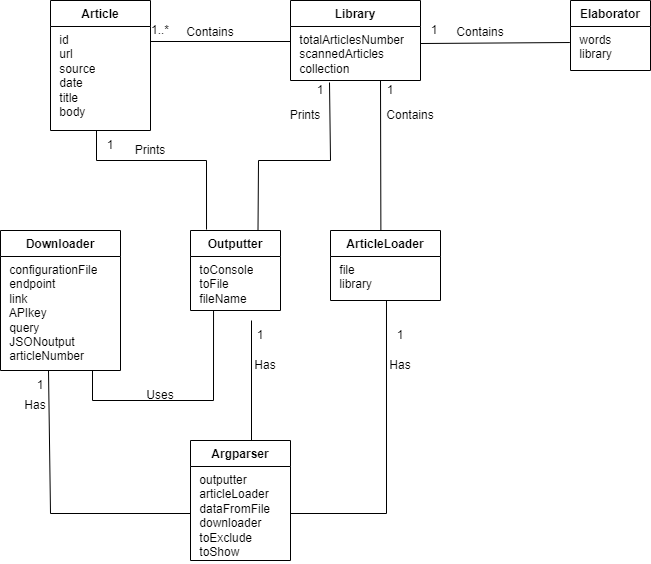
Before: src/site/UML/DomainModel.drawio.png, a diagram exported from draw.io (Magform/articleAnalyzer). Source tidied: cells renumbered, new cells last; positions are measured from the earlier drawing's top-left corner, leaving out a move shared by most shapes.
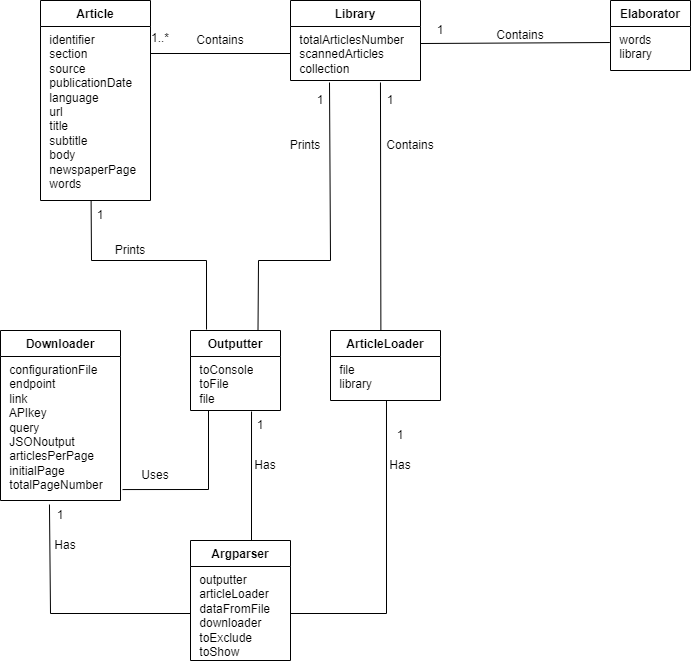
After the change.

Change to the diagram source:
```diff
@@ -3,19 +3,19 @@
     <mxCell id="0" />
     <mxCell id="1" parent="0" />
     <mxCell id="2" value="Library" style="swimlane;fontStyle=1;align=center;verticalAlign=top;horizontal=1;startSize=26;whiteSpace=wrap;html=1;" parent="1" vertex="1">
-      <mxGeometry x="290" width="130" height="80" as="geometry" />
+      <mxGeometry x="290" y="-100" width="130" height="80" as="geometry" />
     </mxCell>
     <mxCell id="3" value="&amp;nbsp;totalArticlesNumber&lt;br&gt;&amp;nbsp;scannedArticles&lt;br&gt;&amp;nbsp;collection" style="text;strokeColor=none;fillColor=none;align=left;verticalAlign=top;spacingLeft=4;spacingRight=4;overflow=hidden;points=[[0,0.5],[1,0.5]];portConstraint=eastwest;whiteSpace=wrap;html=1;" parent="2" vertex="1">
       <mxGeometry y="26" width="130" height="54" as="geometry" />
     </mxCell>
     <mxCell id="4" value="Article" style="swimlane;fontStyle=1;align=center;verticalAlign=top;horizontal=1;startSize=26;whiteSpace=wrap;html=1;" parent="1" vertex="1">
-      <mxGeometry x="50" width="100" height="130" as="geometry" />
+      <mxGeometry x="40" y="-100" width="110" height="200" as="geometry" />
     </mxCell>
-    <mxCell id="5" value="&amp;nbsp;id&lt;br style=&quot;border-color: var(--border-color);&quot;&gt;&amp;nbsp;url&lt;br style=&quot;border-color: var(--border-color);&quot;&gt;&amp;nbsp;source&lt;br style=&quot;border-color: var(--border-color);&quot;&gt;&amp;nbsp;date&lt;br style=&quot;border-color: var(--border-color);&quot;&gt;&amp;nbsp;title&lt;br&gt;&amp;nbsp;body" style="text;strokeColor=none;fillColor=none;align=left;verticalAlign=top;spacingLeft=4;spacingRight=4;overflow=hidden;points=[[0,0.5],[1,0.5]];portConstraint=eastwest;whiteSpace=wrap;html=1;" parent="4" vertex="1">
-      <mxGeometry y="26" width="100" height="104" as="geometry" />
+    <mxCell id="5" value="&amp;nbsp;identifier&lt;br style=&quot;border-color: var(--border-color);&quot;&gt;&amp;nbsp;section&lt;br style=&quot;border-color: var(--border-color);&quot;&gt;&amp;nbsp;source&lt;br style=&quot;border-color: var(--border-color);&quot;&gt;&amp;nbsp;publicationDate&lt;br style=&quot;border-color: var(--border-color);&quot;&gt;&amp;nbsp;language&lt;br style=&quot;border-color: var(--border-color);&quot;&gt;&amp;nbsp;url&lt;br style=&quot;border-color: var(--border-color);&quot;&gt;&amp;nbsp;title&lt;br style=&quot;border-color: var(--border-color);&quot;&gt;&amp;nbsp;subtitle&lt;br style=&quot;border-color: var(--border-color);&quot;&gt;&amp;nbsp;body&lt;br style=&quot;border-color: var(--border-color);&quot;&gt;&amp;nbsp;newspaperPage&lt;br style=&quot;border-color: var(--border-color);&quot;&gt;&amp;nbsp;words" style="text;strokeColor=none;fillColor=none;align=left;verticalAlign=top;spacingLeft=4;spacingRight=4;overflow=hidden;points=[[0,0.5],[1,0.5]];portConstraint=eastwest;whiteSpace=wrap;html=1;" parent="4" vertex="1">
+      <mxGeometry y="26" width="110" height="174" as="geometry" />
     </mxCell>
     <mxCell id="6" value="Elaborator" style="swimlane;fontStyle=1;align=center;verticalAlign=top;horizontal=1;startSize=26;whiteSpace=wrap;html=1;" parent="1" vertex="1">
-      <mxGeometry x="570" width="80" height="70" as="geometry" />
+      <mxGeometry x="610" y="-100" width="80" height="70" as="geometry" />
     </mxCell>
     <mxCell id="7" value="&amp;nbsp;words&lt;br&gt;&amp;nbsp;library" style="text;strokeColor=none;fillColor=none;align=left;verticalAlign=top;spacingLeft=4;spacingRight=4;overflow=hidden;points=[[0,0.5],[1,0.5]];portConstraint=eastwest;whiteSpace=wrap;html=1;" parent="6" vertex="1">
       <mxGeometry y="26" width="80" height="44" as="geometry" />
@@ -23,14 +23,14 @@
     <mxCell id="8" value="Outputter" style="swimlane;fontStyle=1;align=center;verticalAlign=top;horizontal=1;startSize=26;whiteSpace=wrap;html=1;" parent="1" vertex="1">
       <mxGeometry x="190" y="230" width="90" height="80" as="geometry" />
     </mxCell>
-    <mxCell id="9" value="&amp;nbsp;toConsole&lt;br&gt;&amp;nbsp;toFile&lt;br&gt;&amp;nbsp;fileName" style="text;strokeColor=none;fillColor=none;align=left;verticalAlign=top;spacingLeft=4;spacingRight=4;overflow=hidden;points=[[0,0.5],[1,0.5]];portConstraint=eastwest;whiteSpace=wrap;html=1;" parent="8" vertex="1">
+    <mxCell id="9" value="&amp;nbsp;toConsole&lt;br&gt;&amp;nbsp;toFile&lt;br&gt;&amp;nbsp;file" style="text;strokeColor=none;fillColor=none;align=left;verticalAlign=top;spacingLeft=4;spacingRight=4;overflow=hidden;points=[[0,0.5],[1,0.5]];portConstraint=eastwest;whiteSpace=wrap;html=1;" parent="8" vertex="1">
       <mxGeometry y="26" width="90" height="54" as="geometry" />
     </mxCell>
     <mxCell id="10" value="Downloader" style="swimlane;fontStyle=1;align=center;verticalAlign=top;horizontal=1;startSize=26;whiteSpace=wrap;html=1;" parent="1" vertex="1">
-      <mxGeometry y="230" width="120" height="140" as="geometry" />
+      <mxGeometry y="230" width="120" height="170" as="geometry" />
     </mxCell>
-    <mxCell id="11" value="&amp;nbsp;configurationFile&lt;br style=&quot;border-color: var(--border-color);&quot;&gt;&amp;nbsp;endpoint&lt;br style=&quot;border-color: var(--border-color);&quot;&gt;&amp;nbsp;link&lt;br style=&quot;border-color: var(--border-color);&quot;&gt;&amp;nbsp;APIkey&lt;br style=&quot;border-color: var(--border-color);&quot;&gt;&amp;nbsp;query&lt;br style=&quot;border-color: var(--border-color);&quot;&gt;&amp;nbsp;JSONoutput&lt;br style=&quot;border-color: var(--border-color);&quot;&gt;&amp;nbsp;articleNumber" style="text;strokeColor=none;fillColor=none;align=left;verticalAlign=top;spacingLeft=4;spacingRight=4;overflow=hidden;points=[[0,0.5],[1,0.5]];portConstraint=eastwest;whiteSpace=wrap;html=1;" parent="10" vertex="1">
-      <mxGeometry y="26" width="120" height="114" as="geometry" />
+    <mxCell id="11" value="&amp;nbsp;configurationFile&lt;br style=&quot;border-color: var(--border-color);&quot;&gt;&amp;nbsp;endpoint&lt;br style=&quot;border-color: var(--border-color);&quot;&gt;&amp;nbsp;link&lt;br style=&quot;border-color: var(--border-color);&quot;&gt;&amp;nbsp;APIkey&lt;br style=&quot;border-color: var(--border-color);&quot;&gt;&amp;nbsp;query&lt;br style=&quot;border-color: var(--border-color);&quot;&gt;&amp;nbsp;JSONoutput&lt;br style=&quot;border-color: var(--border-color);&quot;&gt;&amp;nbsp;articlesPerPage&lt;br style=&quot;border-color: var(--border-color);&quot;&gt;&amp;nbsp;initialPage&lt;br style=&quot;border-color: var(--border-color);&quot;&gt;&amp;nbsp;totalPageNumber" style="text;strokeColor=none;fillColor=none;align=left;verticalAlign=top;spacingLeft=4;spacingRight=4;overflow=hidden;points=[[0,0.5],[1,0.5]];portConstraint=eastwest;whiteSpace=wrap;html=1;" parent="10" vertex="1">
+      <mxGeometry y="26" width="120" height="144" as="geometry" />
     </mxCell>
     <mxCell id="12" value="ArticleLoader" style="swimlane;fontStyle=1;align=center;verticalAlign=top;horizontal=1;startSize=26;whiteSpace=wrap;html=1;" parent="1" vertex="1">
       <mxGeometry x="330" y="230" width="110" height="70" as="geometry" />
@@ -44,17 +44,16 @@
     <mxCell id="15" value="&amp;nbsp;outputter&lt;br&gt;&amp;nbsp;articleLoader&lt;br&gt;&amp;nbsp;dataFromFile&lt;br&gt;&amp;nbsp;downloader&lt;br&gt;&amp;nbsp;toExclude&lt;br&gt;&amp;nbsp;toShow&amp;nbsp;" style="text;strokeColor=none;fillColor=none;align=left;verticalAlign=top;spacingLeft=4;spacingRight=4;overflow=hidden;points=[[0,0.5],[1,0.5]];portConstraint=eastwest;whiteSpace=wrap;html=1;" parent="14" vertex="1">
       <mxGeometry y="26" width="100" height="94" as="geometry" />
     </mxCell>
-    <mxCell id="16" style="endArrow=none;html=1;rounded=0;" parent="1" edge="1">
+    <mxCell id="16" style="endArrow=none;html=1;rounded=0;entryX=0;entryY=0.5;entryDx=0;entryDy=0;" parent="1" edge="1" target="3">
       <mxGeometry relative="1" as="geometry">
-        <mxPoint x="150" y="41" as="sourcePoint" />
-        <mxPoint x="290" y="41" as="targetPoint" />
+        <mxPoint x="150" y="-47" as="sourcePoint" />
       </mxGeometry>
     </mxCell>
     <mxCell id="17" value="Contains" style="text;html=1;strokeColor=none;fillColor=none;align=center;verticalAlign=middle;whiteSpace=wrap;rounded=0;" parent="1" vertex="1">
-      <mxGeometry x="180" y="23.7" width="60" height="16.3" as="geometry" />
+      <mxGeometry x="190" y="-68.2" width="60" height="16.3" as="geometry" />
     </mxCell>
     <mxCell id="18" value="1..*" style="text;html=1;strokeColor=none;fillColor=none;align=center;verticalAlign=middle;whiteSpace=wrap;rounded=0;" parent="1" vertex="1">
-      <mxGeometry x="150" y="20" width="20" height="20" as="geometry" />
+      <mxGeometry x="150" y="-71.8" width="20" height="20" as="geometry" />
     </mxCell>
     <mxCell id="19" style="endArrow=none;html=1;rounded=0;exitX=0.509;exitY=1;exitDx=0;exitDy=0;exitPerimeter=0;entryX=1;entryY=0.5;entryDx=0;entryDy=0;" parent="1" edge="1" source="13" target="15">
       <mxGeometry relative="1" as="geometry">
@@ -63,15 +62,13 @@
         </Array>
       </mxGeometry>
     </mxCell>
-    <mxCell id="20" style="endArrow=none;html=1;rounded=0;" parent="1" edge="1">
+    <mxCell id="20" style="endArrow=none;html=1;rounded=0;exitX=0.678;exitY=1.019;exitDx=0;exitDy=0;exitPerimeter=0;" parent="1" edge="1" source="9">
       <mxGeometry relative="1" as="geometry">
-        <mxPoint x="251" y="320" as="sourcePoint" />
         <mxPoint x="251" y="440" as="targetPoint" />
       </mxGeometry>
     </mxCell>
-    <mxCell id="21" style="endArrow=none;html=1;rounded=0;entryX=0;entryY=0.5;entryDx=0;entryDy=0;" parent="1" edge="1" target="15">
+    <mxCell id="21" style="endArrow=none;html=1;rounded=0;entryX=0;entryY=0.5;entryDx=0;entryDy=0;exitX=0.408;exitY=1.028;exitDx=0;exitDy=0;exitPerimeter=0;" parent="1" edge="1" source="11" target="15">
       <mxGeometry relative="1" as="geometry">
-        <mxPoint x="48" y="370" as="sourcePoint" />
         <Array as="points">
           <mxPoint x="50" y="513" />
         </Array>
@@ -84,30 +81,21 @@
       <mxGeometry x="250" y="350" width="30" height="30" as="geometry" />
     </mxCell>
     <mxCell id="24" value="Has" style="text;html=1;strokeColor=none;fillColor=none;align=center;verticalAlign=middle;whiteSpace=wrap;rounded=0;" parent="1" vertex="1">
-      <mxGeometry x="20" y="390" width="30" height="30" as="geometry" />
+      <mxGeometry x="50" y="430" width="30" height="30" as="geometry" />
     </mxCell>
     <mxCell id="25" value="1" style="text;html=1;strokeColor=none;fillColor=none;align=center;verticalAlign=middle;whiteSpace=wrap;rounded=0;" parent="1" vertex="1">
       <mxGeometry x="390" y="320" width="20" height="30" as="geometry" />
     </mxCell>
     <mxCell id="26" value="1" style="text;html=1;strokeColor=none;fillColor=none;align=center;verticalAlign=middle;whiteSpace=wrap;rounded=0;" parent="1" vertex="1">
-      <mxGeometry x="250" y="320" width="20" height="30" as="geometry" />
+      <mxGeometry x="250" y="310" width="20" height="30" as="geometry" />
     </mxCell>
-    <mxCell id="27" style="endArrow=none;html=1;rounded=0;exitX=0.256;exitY=1;exitDx=0;exitDy=0;exitPerimeter=0;" parent="1" edge="1" source="9">
-      <mxGeometry relative="1" as="geometry">
-        <mxPoint x="92" y="370" as="targetPoint" />
-        <Array as="points">
-          <mxPoint x="213" y="400" />
-          <mxPoint x="92" y="400" />
-        </Array>
-      </mxGeometry>
-    </mxCell>
     <mxCell id="28" value="Uses" style="text;html=1;strokeColor=none;fillColor=none;align=center;verticalAlign=middle;whiteSpace=wrap;rounded=0;" parent="1" vertex="1">
-      <mxGeometry x="135" y="380" width="50" height="30" as="geometry" />
+      <mxGeometry x="130" y="360" width="50" height="30" as="geometry" />
     </mxCell>
     <mxCell id="29" style="endArrow=none;html=1;rounded=0;entryX=0.178;entryY=-0.012;entryDx=0;entryDy=0;entryPerimeter=0;exitX=0.46;exitY=1;exitDx=0;exitDy=0;exitPerimeter=0;" parent="1" edge="1" source="5" target="8">
       <mxGeometry relative="1" as="geometry">
         <Array as="points">
-          <mxPoint x="96" y="160" />
+          <mxPoint x="91" y="160" />
           <mxPoint x="206" y="160" />
         </Array>
       </mxGeometry>
@@ -121,39 +109,45 @@
       </mxGeometry>
     </mxCell>
     <mxCell id="31" value="Prints" style="text;html=1;strokeColor=none;fillColor=none;align=center;verticalAlign=middle;whiteSpace=wrap;rounded=0;" parent="1" vertex="1">
-      <mxGeometry x="280" y="100" width="50" height="30" as="geometry" />
+      <mxGeometry x="280" y="30" width="50" height="30" as="geometry" />
     </mxCell>
     <mxCell id="32" value="1" style="text;html=1;strokeColor=none;fillColor=none;align=center;verticalAlign=middle;whiteSpace=wrap;rounded=0;" parent="1" vertex="1">
-      <mxGeometry x="30" y="370" width="20" height="30" as="geometry" />
+      <mxGeometry x="50" y="400" width="20" height="30" as="geometry" />
     </mxCell>
     <mxCell id="33" value="Prints" style="text;html=1;strokeColor=none;fillColor=none;align=center;verticalAlign=middle;whiteSpace=wrap;rounded=0;" parent="1" vertex="1">
-      <mxGeometry x="120" y="140" width="60" height="20" as="geometry" />
+      <mxGeometry x="100" y="140" width="60" height="20" as="geometry" />
     </mxCell>
     <mxCell id="34" value="1" style="text;html=1;strokeColor=none;fillColor=none;align=center;verticalAlign=middle;whiteSpace=wrap;rounded=0;" parent="1" vertex="1">
-      <mxGeometry x="310" y="80" width="20" height="20" as="geometry" />
+      <mxGeometry x="310" y="-10" width="20" height="20" as="geometry" />
     </mxCell>
     <mxCell id="35" value="1" style="text;html=1;strokeColor=none;fillColor=none;align=center;verticalAlign=middle;whiteSpace=wrap;rounded=0;" parent="1" vertex="1">
-      <mxGeometry x="100" y="130" width="20" height="30" as="geometry" />
+      <mxGeometry x="90" y="100" width="20" height="30" as="geometry" />
     </mxCell>
-    <mxCell id="36" style="endArrow=none;html=1;rounded=0;exitX=0.458;exitY=0.007;exitDx=0;exitDy=0;exitPerimeter=0;" parent="1" edge="1" source="12">
-      <mxGeometry relative="1" as="geometry">
-        <mxPoint x="380" y="80" as="targetPoint" />
-      </mxGeometry>
+    <mxCell id="36" style="endArrow=none;html=1;rounded=0;exitX=0.458;exitY=0.007;exitDx=0;exitDy=0;exitPerimeter=0;entryX=0.692;entryY=1.037;entryDx=0;entryDy=0;entryPerimeter=0;" parent="1" edge="1" source="12" target="3">
+      <mxGeometry relative="1" as="geometry" />
     </mxCell>
     <mxCell id="37" value="Contains" style="text;html=1;strokeColor=none;fillColor=none;align=center;verticalAlign=middle;whiteSpace=wrap;rounded=0;" parent="1" vertex="1">
-      <mxGeometry x="380" y="100" width="60" height="30" as="geometry" />
+      <mxGeometry x="380" y="30" width="60" height="30" as="geometry" />
     </mxCell>
     <mxCell id="38" value="1" style="text;html=1;strokeColor=none;fillColor=none;align=center;verticalAlign=middle;whiteSpace=wrap;rounded=0;" parent="1" vertex="1">
-      <mxGeometry x="380" y="80" width="20" height="20" as="geometry" />
+      <mxGeometry x="380" y="-10" width="20" height="20" as="geometry" />
     </mxCell>
     <mxCell id="39" style="endArrow=none;html=1;rounded=0;exitX=1;exitY=0.315;exitDx=0;exitDy=0;exitPerimeter=0;entryX=-0.008;entryY=0.364;entryDx=0;entryDy=0;entryPerimeter=0;" parent="1" edge="1" source="3" target="7">
       <mxGeometry relative="1" as="geometry" />
     </mxCell>
     <mxCell id="40" value="Contains" style="text;html=1;strokeColor=none;fillColor=none;align=center;verticalAlign=middle;whiteSpace=wrap;rounded=0;" parent="1" vertex="1">
-      <mxGeometry x="450" y="21.8" width="60" height="20" as="geometry" />
+      <mxGeometry x="490" y="-75" width="60" height="20" as="geometry" />
     </mxCell>
     <mxCell id="41" value="1" style="text;html=1;strokeColor=none;fillColor=none;align=center;verticalAlign=middle;whiteSpace=wrap;rounded=0;" parent="1" vertex="1">
-      <mxGeometry x="424" y="20" width="20" height="20" as="geometry" />
+      <mxGeometry x="430" y="-80" width="20" height="20" as="geometry" />
     </mxCell>
+    <mxCell id="42" style="endArrow=none;html=1;rounded=0;entryX=1.017;entryY=0.924;entryDx=0;entryDy=0;entryPerimeter=0;" parent="1" edge="1" target="11">
+      <mxGeometry relative="1" as="geometry">
+        <mxPoint x="208" y="310" as="sourcePoint" />
+        <Array as="points">
+          <mxPoint x="208" y="389" />
+        </Array>
+      </mxGeometry>
+    </mxCell>
   </root>
 </mxGraphModel>
```
